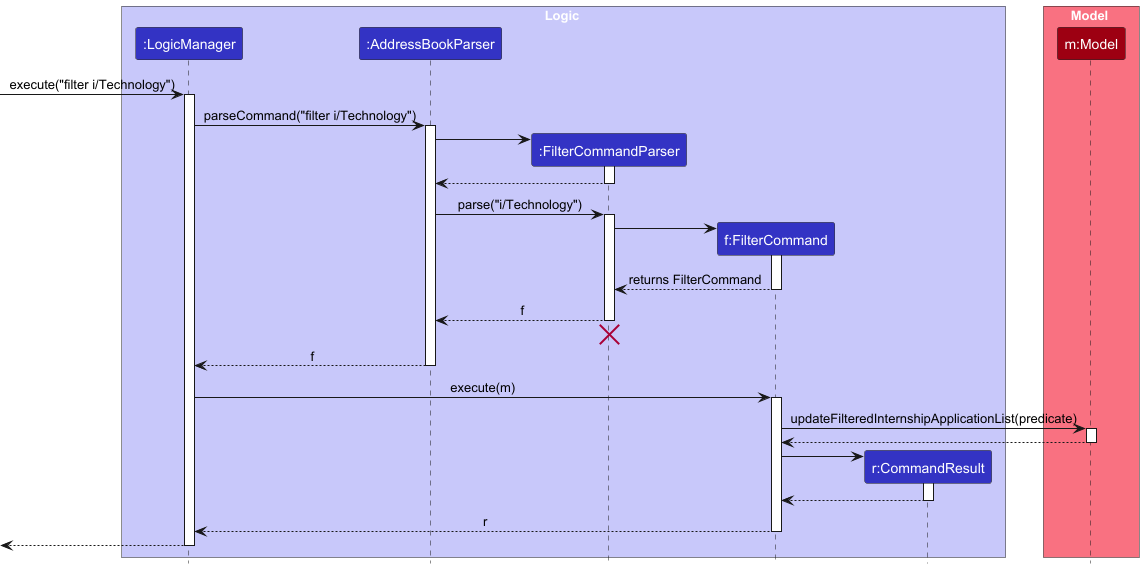
Above: docs/images/FilterSequenceDiagram.png in BiggillyBoyMan/tp (PlantUML), before the change. Its diagram source:
```plantuml
@startuml
!include style.puml
skinparam ArrowFontStyle plain

box Logic LOGIC_COLOR_T1
participant ":LogicManager" as LogicManager LOGIC_COLOR
participant ":AddressBookParser" as AddressBookParser LOGIC_COLOR
participant ":FilterCommandParser" as FilterCommandParser LOGIC_COLOR
participant "f:FilterCommand" as FilterCommand LOGIC_COLOR
participant "r:CommandResult" as CommandResult LOGIC_COLOR
end box

box Model MODEL_COLOR_T1
participant "m:Model" as Model MODEL_COLOR
end box

[-> LogicManager : execute("filter i/Technology")
activate LogicManager

LogicManager -> AddressBookParser : parseCommand("filter i/Technology")
activate AddressBookParser

create FilterCommandParser
AddressBookParser -> FilterCommandParser
activate FilterCommandParser

FilterCommandParser --> AddressBookParser
deactivate FilterCommandParser

AddressBookParser -> FilterCommandParser : parse("i/Technology")
activate FilterCommandParser

create FilterCommand
FilterCommandParser -> FilterCommand
activate FilterCommand

FilterCommand --> FilterCommandParser : returns FilterCommand
deactivate FilterCommand

FilterCommandParser --> AddressBookParser : f
deactivate FilterCommandParser
FilterCommandParser -[hidden]-> AddressBookParser
destroy FilterCommandParser

AddressBookParser --> LogicManager : f
deactivate AddressBookParser

LogicManager -> FilterCommand : execute(m)
activate FilterCommand

FilterCommand -> Model : updateFilteredInternshipApplicationList(predicate)
activate Model

Model --> FilterCommand
deactivate Model

create CommandResult
FilterCommand -> CommandResult
activate CommandResult

CommandResult --> FilterCommand
deactivate CommandResult

FilterCommand --> LogicManager : r
deactivate FilterCommand

[<--LogicManager
deactivate LogicManager
@enduml
```
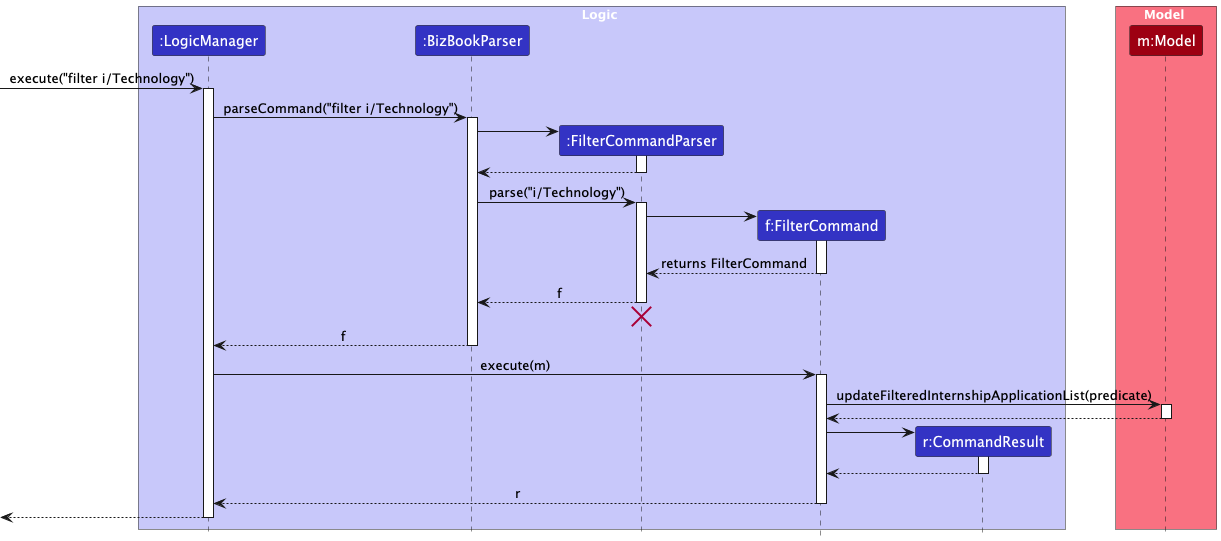
The same diagram one commit later.

The edit, as a diff of the source:
```diff
@@ -4,7 +4,7 @@
 
 box Logic LOGIC_COLOR_T1
 participant ":LogicManager" as LogicManager LOGIC_COLOR
-participant ":AddressBookParser" as AddressBookParser LOGIC_COLOR
+participant ":BizBookParser" as BizBookParser LOGIC_COLOR
 participant ":FilterCommandParser" as FilterCommandParser LOGIC_COLOR
 participant "f:FilterCommand" as FilterCommand LOGIC_COLOR
 participant "r:CommandResult" as CommandResult LOGIC_COLOR
@@ -17,17 +17,17 @@
 [-> LogicManager : execute("filter i/Technology")
 activate LogicManager
 
-LogicManager -> AddressBookParser : parseCommand("filter i/Technology")
-activate AddressBookParser
+LogicManager -> BizBookParser : parseCommand("filter i/Technology")
+activate BizBookParser
 
 create FilterCommandParser
-AddressBookParser -> FilterCommandParser
+BizBookParser -> FilterCommandParser
 activate FilterCommandParser
 
-FilterCommandParser --> AddressBookParser
+FilterCommandParser --> BizBookParser
 deactivate FilterCommandParser
 
-AddressBookParser -> FilterCommandParser : parse("i/Technology")
+BizBookParser -> FilterCommandParser : parse("i/Technology")
 activate FilterCommandParser
 
 create FilterCommand
@@ -37,13 +37,13 @@
 FilterCommand --> FilterCommandParser : returns FilterCommand
 deactivate FilterCommand
 
-FilterCommandParser --> AddressBookParser : f
+FilterCommandParser --> BizBookParser : f
 deactivate FilterCommandParser
-FilterCommandParser -[hidden]-> AddressBookParser
+FilterCommandParser -[hidden]-> BizBookParser
 destroy FilterCommandParser
 
-AddressBookParser --> LogicManager : f
-deactivate AddressBookParser
+BizBookParser --> LogicManager : f
+deactivate BizBookParser
 
 LogicManager -> FilterCommand : execute(m)
 activate FilterCommand
```
